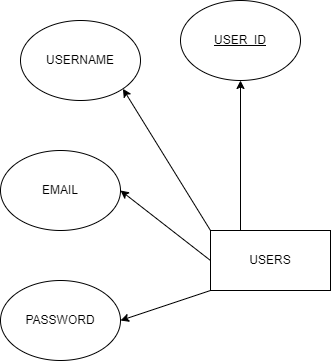
Earlier version of the draw.io export ER_DIAGRAM.drawio.png (Pgsaisuhas/EXP). Source tidied: cells renumbered, new cells last; positions are measured from the earlier drawing's top-left corner, leaving out a move shared by most shapes.
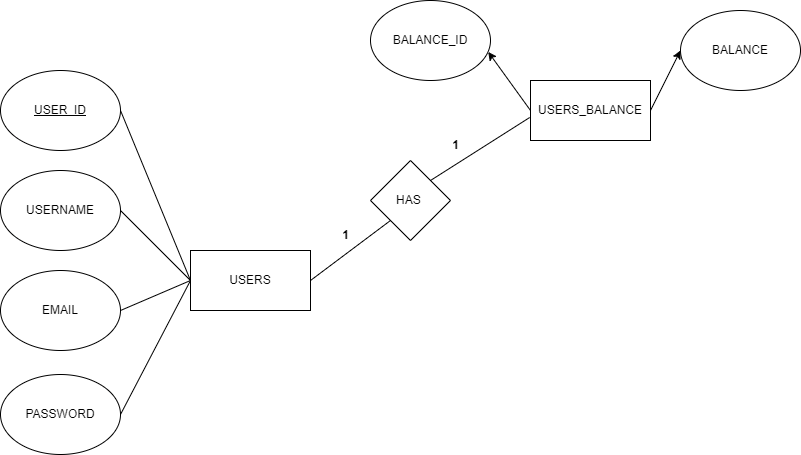
Later version of the same file.

The edit, as a diff of the source:
```diff
@@ -3,33 +3,61 @@
     <mxCell id="0" />
     <mxCell id="1" parent="0" />
     <mxCell id="2" value="USERS" style="rounded=0;whiteSpace=wrap;html=1;" parent="1" vertex="1">
-      <mxGeometry x="210" y="230" width="120" height="60" as="geometry" />
+      <mxGeometry x="190" y="240" width="120" height="60" as="geometry" />
     </mxCell>
     <mxCell id="3" value="USERNAME" style="ellipse;whiteSpace=wrap;html=1;" parent="1" vertex="1">
-      <mxGeometry x="20" y="20" width="120" height="80" as="geometry" />
+      <mxGeometry y="160" width="120" height="80" as="geometry" />
     </mxCell>
     <mxCell id="4" value="&lt;u&gt;USER_ID&lt;/u&gt;" style="ellipse;whiteSpace=wrap;html=1;" parent="1" vertex="1">
-      <mxGeometry x="180" width="120" height="80" as="geometry" />
+      <mxGeometry y="60" width="120" height="80" as="geometry" />
     </mxCell>
     <mxCell id="5" value="EMAIL" style="ellipse;whiteSpace=wrap;html=1;" parent="1" vertex="1">
-      <mxGeometry y="150" width="120" height="80" as="geometry" />
+      <mxGeometry y="260" width="120" height="80" as="geometry" />
     </mxCell>
     <mxCell id="6" value="PASSWORD" style="ellipse;whiteSpace=wrap;html=1;" parent="1" vertex="1">
-      <mxGeometry y="280" width="120" height="80" as="geometry" />
+      <mxGeometry y="364" width="120" height="80" as="geometry" />
     </mxCell>
-    <mxCell id="7" style="endArrow=classic;html=1;rounded=0;entryX=1;entryY=0.5;entryDx=0;entryDy=0;" parent="1" edge="1" target="5">
-      <mxGeometry relative="1" as="geometry">
-        <mxPoint x="210" y="260" as="sourcePoint" />
-      </mxGeometry>
-    </mxCell>
+    <mxCell id="11" value="USERS_BALANCE" style="rounded=0;whiteSpace=wrap;html=1;" parent="1" vertex="1">
+      <mxGeometry x="530" y="70" width="120" height="60" as="geometry" />
+    </mxCell>
+    <mxCell id="12" value="BALANCE_ID" style="ellipse;whiteSpace=wrap;html=1;" parent="1" vertex="1">
+      <mxGeometry x="370" y="-10" width="120" height="80" as="geometry" />
+    </mxCell>
+    <mxCell id="13" value="BALANCE" style="ellipse;whiteSpace=wrap;html=1;" parent="1" vertex="1">
+      <mxGeometry x="680" width="120" height="80" as="geometry" />
+    </mxCell>
+    <mxCell id="14" style="endArrow=classic;html=1;rounded=0;exitX=0;exitY=0.5;exitDx=0;exitDy=0;entryX=0.981;entryY=0.643;entryDx=0;entryDy=0;entryPerimeter=0;" parent="1" edge="1" source="11" target="12">
+      <mxGeometry relative="1" as="geometry" />
+    </mxCell>
+    <mxCell id="15" style="endArrow=classic;html=1;rounded=0;exitX=1;exitY=0.5;exitDx=0;exitDy=0;entryX=0;entryY=0.5;entryDx=0;entryDy=0;" parent="1" edge="1" source="11" target="13">
+      <mxGeometry relative="1" as="geometry" />
+    </mxCell>
+    <mxCell id="16" value="HAS&amp;nbsp;" style="rhombus;whiteSpace=wrap;html=1;" parent="1" vertex="1">
+      <mxGeometry x="370" y="150" width="80" height="80" as="geometry" />
+    </mxCell>
+    <mxCell id="9" style="endArrow=none;html=1;rounded=0;exitX=0;exitY=0.5;exitDx=0;exitDy=0;entryX=1;entryY=0.5;entryDx=0;entryDy=0;" parent="1" edge="1" source="2" target="4">
+      <mxGeometry relative="1" as="geometry" />
+    </mxCell>
-    <mxCell id="8" style="endArrow=classic;html=1;rounded=0;exitX=0;exitY=0;exitDx=0;exitDy=0;entryX=1;entryY=1;entryDx=0;entryDy=0;" parent="1" edge="1" source="2" target="3">
+    <mxCell id="8" style="endArrow=none;html=1;rounded=0;exitX=0;exitY=0.5;exitDx=0;exitDy=0;entryX=1;entryY=0.5;entryDx=0;entryDy=0;" parent="1" edge="1" source="2" target="3">
       <mxGeometry relative="1" as="geometry" />
     </mxCell>
-    <mxCell id="9" style="endArrow=classic;html=1;rounded=0;exitX=0.25;exitY=0;exitDx=0;exitDy=0;entryX=0.5;entryY=1;entryDx=0;entryDy=0;" parent="1" edge="1" source="2" target="4">
-      <mxGeometry relative="1" as="geometry" />
-    </mxCell>
+    <mxCell id="17" style="endArrow=none;html=1;rounded=0;exitX=0;exitY=0.5;exitDx=0;exitDy=0;entryX=1;entryY=0.5;entryDx=0;entryDy=0;" parent="1" edge="1" source="2" target="5">
+      <mxGeometry relative="1" as="geometry" />
+    </mxCell>
-    <mxCell id="10" style="endArrow=classic;html=1;rounded=0;exitX=0;exitY=1;exitDx=0;exitDy=0;entryX=1;entryY=0.5;entryDx=0;entryDy=0;" parent="1" edge="1" source="2" target="6">
+    <mxCell id="10" style="endArrow=none;html=1;rounded=0;exitX=0;exitY=0.5;exitDx=0;exitDy=0;entryX=1;entryY=0.5;entryDx=0;entryDy=0;" parent="1" edge="1" source="2" target="6">
       <mxGeometry relative="1" as="geometry" />
     </mxCell>
+    <mxCell id="18" style="endArrow=none;html=1;rounded=0;exitX=1;exitY=0.5;exitDx=0;exitDy=0;entryX=0;entryY=1;entryDx=0;entryDy=0;" parent="1" edge="1" source="2" target="16">
+      <mxGeometry relative="1" as="geometry" />
+    </mxCell>
+    <mxCell id="19" style="endArrow=none;html=1;rounded=0;exitX=1;exitY=0;exitDx=0;exitDy=0;entryX=-0.007;entryY=0.617;entryDx=0;entryDy=0;entryPerimeter=0;" parent="1" edge="1" source="16" target="11">
+      <mxGeometry relative="1" as="geometry" />
+    </mxCell>
+    <mxCell id="20" value="&lt;b&gt;1&lt;/b&gt;" style="text;html=1;align=center;verticalAlign=middle;strokeColor=none;fillColor=none;" parent="1" vertex="1">
+      <mxGeometry x="330" y="210" width="30" height="30" as="geometry" />
+    </mxCell>
+    <mxCell id="21" value="&lt;b&gt;1&lt;/b&gt;" style="text;html=1;align=center;verticalAlign=middle;strokeColor=none;fillColor=none;" parent="1" vertex="1">
+      <mxGeometry x="440" y="120" width="30" height="30" as="geometry" />
+    </mxCell>
   </root>
 </mxGraphModel>
```
